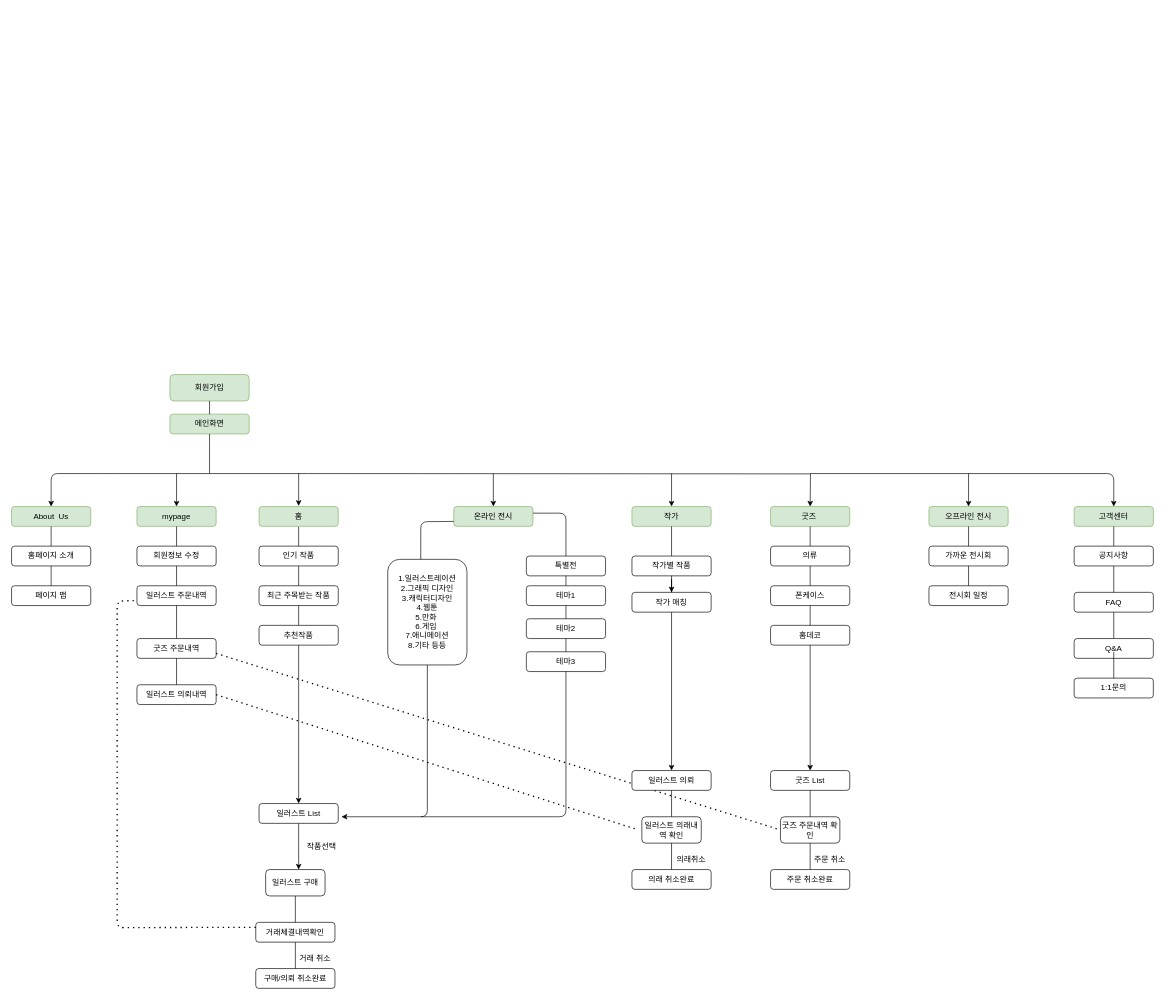
This is 일러스트거래웹flowchart01.drawio from hek316/temp, a draw.io file, before an edit. Source tidied: cells renumbered, new cells numbered last; positions are measured from the earlier drawing's top-left corner, leaving out a move shared by most shapes. Both pictures are drawn from the tidied source at 66%, with x=0, y=0 at pixel (11, 374).
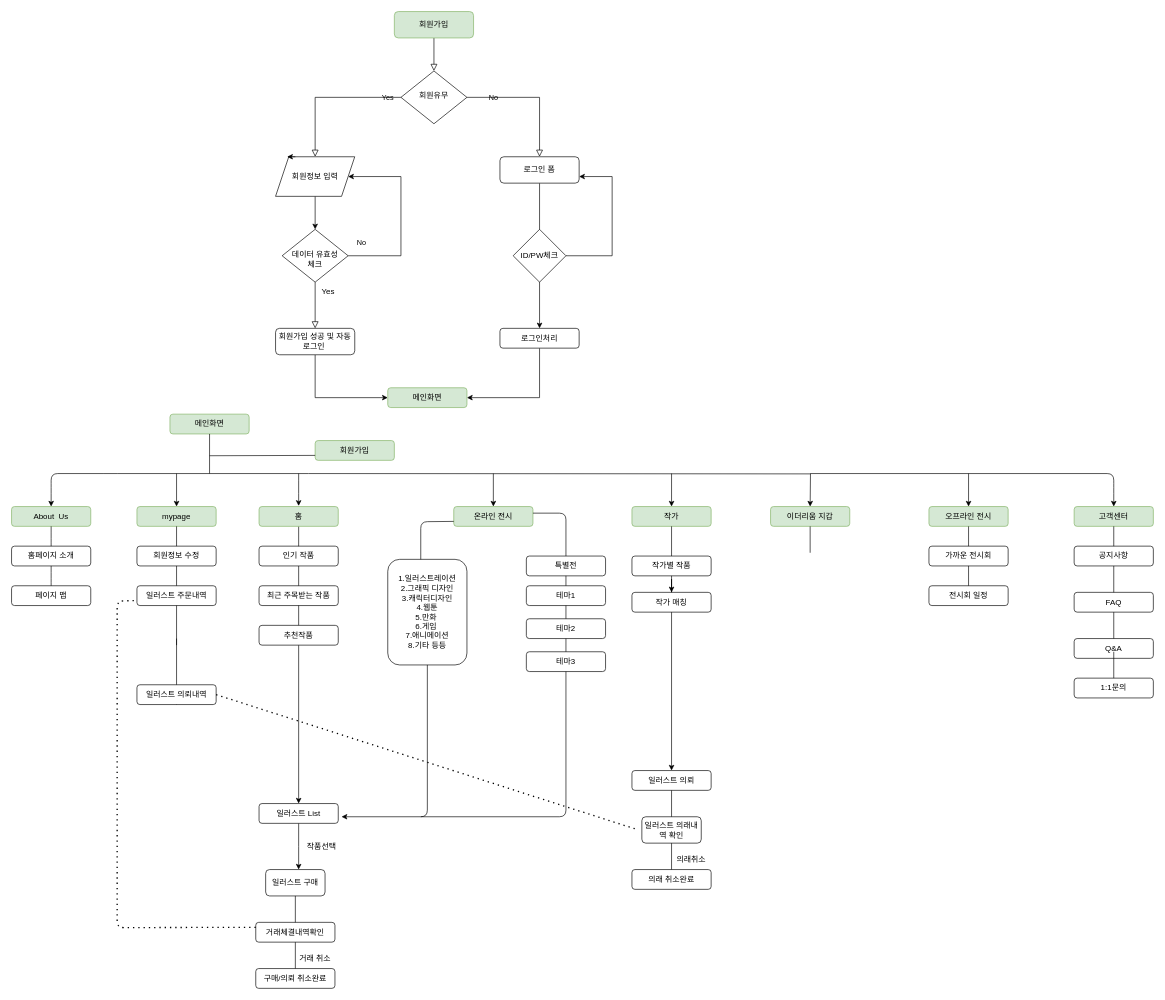
The same page after the edit.

Commit message:
Update 일러스트거래웹flowchart01.drawio

The change refers to these unchanged cells:
```xml
<mxCell id="3" value="메인화면" style="rounded=1;whiteSpace=wrap;html=1;fontSize=12;glass=0;strokeWidth=1;shadow=0;fillColor=#d5e8d4;strokeColor=#82b366;" parent="1" vertex="1">
  <mxGeometry x="240" y="60" width="120" height="30" as="geometry" />
</mxCell>
<mxCell id="83" value="일러스트 의뢰내역" style="rounded=1;whiteSpace=wrap;html=1;fontSize=12;glass=0;strokeWidth=1;shadow=0;" parent="1" vertex="1">
  <mxGeometry x="190" y="470" width="120" height="30" as="geometry" />
</mxCell>
```

Diff of the diagram source:
```diff
@@
     <mxCell id="2" value="회원가입" style="rounded=1;whiteSpace=wrap;html=1;fontSize=12;glass=0;strokeWidth=1;shadow=0;fillColor=#d5e8d4;strokeColor=#82b366;" parent="1" vertex="1">
-      <mxGeometry x="240" width="120" height="40" as="geometry" />
+      <mxGeometry x="460" y="100" width="120" height="30" as="geometry" />
     </mxCell>
@@
-    <mxCell id="7" value="굿즈&amp;nbsp;" style="rounded=1;whiteSpace=wrap;html=1;fontSize=12;glass=0;strokeWidth=1;shadow=0;fillColor=#d5e8d4;strokeColor=#82b366;" parent="1" vertex="1">
-      <mxGeometry x="1150" y="200" width="120" height="30" as="geometry" />
-    </mxCell>
@@
-    <mxCell id="32" value="의류" style="rounded=1;whiteSpace=wrap;html=1;fontSize=12;glass=0;strokeWidth=1;shadow=0;" parent="1" vertex="1">
-      <mxGeometry x="1150" y="260" width="120" height="30" as="geometry" />
-    </mxCell>
-    <mxCell id="33" style="endArrow=none;html=1;exitX=0.5;exitY=1;exitDx=0;exitDy=0;entryX=0.5;entryY=0;entryDx=0;entryDy=0;" parent="1" edge="1" source="7" target="32">
-      <mxGeometry relative="1" as="geometry" />
-    </mxCell>
-    <mxCell id="34" value="폰케이스" style="rounded=1;whiteSpace=wrap;html=1;fontSize=12;glass=0;strokeWidth=1;shadow=0;" parent="1" vertex="1">
-      <mxGeometry x="1150" y="320" width="120" height="30" as="geometry" />
-    </mxCell>
-    <mxCell id="35" style="endArrow=none;html=1;exitX=0.5;exitY=1;exitDx=0;exitDy=0;entryX=0.5;entryY=0;entryDx=0;entryDy=0;" parent="1" edge="1" target="34">
-      <mxGeometry relative="1" as="geometry">
-        <mxPoint x="1210" y="290" as="sourcePoint" />
-      </mxGeometry>
-    </mxCell>
-    <mxCell id="36" value="홈데코" style="rounded=1;whiteSpace=wrap;html=1;fontSize=12;glass=0;strokeWidth=1;shadow=0;" parent="1" vertex="1">
-      <mxGeometry x="1150" y="380" width="120" height="30" as="geometry" />
-    </mxCell>
-    <mxCell id="37" style="endArrow=none;html=1;exitX=0.5;exitY=1;exitDx=0;exitDy=0;entryX=0.5;entryY=0;entryDx=0;entryDy=0;" parent="1" edge="1" target="36">
-      <mxGeometry relative="1" as="geometry">
-        <mxPoint x="1210" y="350" as="sourcePoint" />
-      </mxGeometry>
-    </mxCell>
@@
-    <mxCell id="55" value="굿즈 주문내역" style="rounded=1;whiteSpace=wrap;html=1;fontSize=12;glass=0;strokeWidth=1;shadow=0;" parent="1" vertex="1">
-      <mxGeometry x="190" y="400" width="120" height="30" as="geometry" />
-    </mxCell>
     <mxCell id="56" style="endArrow=none;html=1;entryX=0.5;entryY=1;entryDx=0;entryDy=0;" parent="1" edge="1" target="83">
       <mxGeometry relative="1" as="geometry">
-        <mxPoint x="250" y="430" as="sourcePoint" />
+        <mxPoint x="250" y="400" as="sourcePoint" />
       </mxGeometry>
     </mxCell>
@@
-    <mxCell id="60" value="굿즈 List" style="rounded=1;whiteSpace=wrap;html=1;fontSize=12;glass=0;strokeWidth=1;shadow=0;" parent="1" vertex="1">
-      <mxGeometry x="1150" y="600" width="120" height="30" as="geometry" />
-    </mxCell>
-    <mxCell id="61" style="endArrow=classic;html=1;entryX=0.5;entryY=0;entryDx=0;entryDy=0;" parent="1" edge="1" target="60">
-      <mxGeometry relative="1" as="geometry">
-        <mxPoint x="1210" y="410" as="sourcePoint" />
-      </mxGeometry>
-    </mxCell>
-    <mxCell id="62" value="굿즈 주문내역 확인" style="rounded=1;whiteSpace=wrap;html=1;fontSize=12;glass=0;strokeWidth=1;shadow=0;" parent="1" vertex="1">
-      <mxGeometry x="1165" y="670" width="90" height="40" as="geometry" />
-    </mxCell>
-    <mxCell id="63" value="주문 취소완료" style="rounded=1;whiteSpace=wrap;html=1;fontSize=12;glass=0;strokeWidth=1;shadow=0;" parent="1" vertex="1">
-      <mxGeometry x="1150" y="750" width="120" height="30" as="geometry" />
-    </mxCell>
-    <mxCell id="64" style="endArrow=none;html=1;exitX=0.5;exitY=1;exitDx=0;exitDy=0;entryX=0.5;entryY=0;entryDx=0;entryDy=0;" parent="1" edge="1" target="63">
-      <mxGeometry relative="1" as="geometry">
-        <mxPoint x="1210" y="710" as="sourcePoint" />
-      </mxGeometry>
-    </mxCell>
-    <mxCell id="65" value="주문 취소" style="text;html=1;strokeColor=none;fillColor=none;align=center;verticalAlign=middle;whiteSpace=wrap;rounded=0;" parent="1" vertex="1">
-      <mxGeometry x="1185" y="730" width="110" height="10" as="geometry" />
-    </mxCell>
-    <mxCell id="66" style="endArrow=none;html=1;exitX=0.5;exitY=1;exitDx=0;exitDy=0;" parent="1" edge="1" source="60" target="62">
-      <mxGeometry relative="1" as="geometry" />
-    </mxCell>
-    <mxCell id="67" style="endArrow=none;dashed=1;html=1;dashPattern=1 3;strokeWidth=2;exitX=1;exitY=0.75;exitDx=0;exitDy=0;entryX=0;entryY=0.5;entryDx=0;entryDy=0;" parent="1" edge="1" source="55" target="62">
-      <mxGeometry relative="1" as="geometry" />
-    </mxCell>
@@
-    <mxCell id="81" style="endArrow=none;html=1;entryX=0.5;entryY=1;entryDx=0;entryDy=0;exitX=0.5;exitY=0;exitDx=0;exitDy=0;" parent="1" edge="1" source="3" target="2">
-      <mxGeometry relative="1" as="geometry" />
+    <mxCell id="81" style="endArrow=none;html=1;entryX=0;entryY=0.75;entryDx=0;entryDy=0;" parent="1" edge="1" target="2">
+      <mxGeometry relative="1" as="geometry">
+        <mxPoint x="300" y="123" as="sourcePoint" />
+      </mxGeometry>
     </mxCell>
@@
+    <mxCell id="99" style="rounded=0;html=1;jettySize=auto;fontSize=11;endArrow=block;endFill=0;endSize=8;strokeWidth=1;shadow=0;labelBackgroundColor=none;edgeStyle=orthogonalEdgeStyle;" parent="1" edge="1" source="100" target="103">
+      <mxGeometry relative="1" as="geometry" />
+    </mxCell>
+    <mxCell id="100" value="회원가입" style="rounded=1;whiteSpace=wrap;html=1;fontSize=12;glass=0;strokeWidth=1;shadow=0;fillColor=#d5e8d4;strokeColor=#82b366;" parent="1" vertex="1">
+      <mxGeometry x="580" y="-550" width="120" height="40" as="geometry" />
+    </mxCell>
+    <mxCell id="101" value="Yes" style="rounded=0;html=1;jettySize=auto;fontSize=11;endArrow=block;endFill=0;endSize=8;strokeWidth=1;shadow=0;labelBackgroundColor=none;edgeStyle=orthogonalEdgeStyle;entryX=0.5;entryY=0;entryDx=0;entryDy=0;" parent="1" edge="1" source="103" target="112">
+      <mxGeometry x="-0.82" relative="1" as="geometry" />
+    </mxCell>
+    <mxCell id="102" value="No" style="edgeStyle=orthogonalEdgeStyle;rounded=0;html=1;jettySize=auto;fontSize=11;endArrow=block;endFill=0;endSize=8;strokeWidth=1;shadow=0;labelBackgroundColor=none;" parent="1" edge="1" source="103" target="105">
+      <mxGeometry x="-0.6" relative="1" as="geometry" />
+    </mxCell>
+    <mxCell id="103" value="회원유무" style="rhombus;whiteSpace=wrap;html=1;shadow=0;fontFamily=Helvetica;fontSize=12;align=center;strokeWidth=1;spacing=6;spacingTop=-4;" parent="1" vertex="1">
+      <mxGeometry x="590" y="-460" width="100" height="80" as="geometry" />
+    </mxCell>
+    <mxCell id="104" style="edgeStyle=orthogonalEdgeStyle;rounded=0;jettySize=auto;html=1;exitX=0.5;exitY=1;exitDx=0;exitDy=0;" parent="1" edge="1" source="105">
+      <mxGeometry relative="1" as="geometry">
+        <mxPoint x="800" y="-70" as="targetPoint" />
+      </mxGeometry>
+    </mxCell>
+    <mxCell id="105" value="로그인 폼" style="rounded=1;whiteSpace=wrap;html=1;fontSize=12;glass=0;strokeWidth=1;shadow=0;" parent="1" vertex="1">
+      <mxGeometry x="740" y="-330" width="120" height="40" as="geometry" />
+    </mxCell>
+    <mxCell id="106" value="No" style="rounded=0;html=1;jettySize=auto;fontSize=11;endArrow=block;endFill=0;endSize=8;strokeWidth=1;shadow=0;labelBackgroundColor=none;edgeStyle=orthogonalEdgeStyle;" parent="1" edge="1" source="108" target="110">
+      <mxGeometry x="-1" y="92" relative="1" as="geometry">
+        <mxPoint x="-22" y="-60" as="offset" />
+      </mxGeometry>
+    </mxCell>
+    <mxCell id="107" style="edgeStyle=orthogonalEdgeStyle;rounded=0;jettySize=auto;html=1;entryX=1;entryY=0.5;entryDx=0;entryDy=0;" parent="1" edge="1" source="108" target="112">
+      <mxGeometry relative="1" as="geometry">
+        <Array as="points">
+          <mxPoint x="590" y="-180" />
+          <mxPoint x="590" y="-300" />
+        </Array>
+      </mxGeometry>
+    </mxCell>
+    <mxCell id="108" value="&lt;br&gt;데이터 유효성&lt;br&gt;체크" style="rhombus;whiteSpace=wrap;html=1;shadow=0;fontFamily=Helvetica;fontSize=12;align=center;strokeWidth=1;spacing=6;spacingTop=-4;" parent="1" vertex="1">
+      <mxGeometry x="410" y="-220" width="100" height="80" as="geometry" />
+    </mxCell>
+    <mxCell id="109" style="edgeStyle=orthogonalEdgeStyle;rounded=0;jettySize=auto;html=1;exitX=0.5;exitY=1;exitDx=0;exitDy=0;entryX=0;entryY=0.5;entryDx=0;entryDy=0;" parent="1" edge="1" source="110" target="119">
+      <mxGeometry relative="1" as="geometry" />
+    </mxCell>
+    <mxCell id="110" value="회원가입 성공 및 자동 로그인&amp;nbsp;" style="rounded=1;whiteSpace=wrap;html=1;fontSize=12;glass=0;strokeWidth=1;shadow=0;" parent="1" vertex="1">
+      <mxGeometry x="400" y="-70" width="120" height="40" as="geometry" />
+    </mxCell>
+    <mxCell id="111" style="edgeStyle=orthogonalEdgeStyle;rounded=0;jettySize=auto;html=1;exitX=0.5;exitY=1;exitDx=0;exitDy=0;entryX=0.5;entryY=0;entryDx=0;entryDy=0;" parent="1" edge="1" source="112" target="108">
+      <mxGeometry relative="1" as="geometry" />
+    </mxCell>
+    <mxCell id="112" value="회원정보 입력" style="shape=parallelogram;perimeter=parallelogramPerimeter;whiteSpace=wrap;html=1;fixedSize=1;" parent="1" vertex="1">
+      <mxGeometry x="400" y="-330" width="120" height="60" as="geometry" />
+    </mxCell>
+    <mxCell id="113" style="edgeStyle=orthogonalEdgeStyle;rounded=0;orthogonalLoop=1;jettySize=auto;html=1;exitX=0.25;exitY=0;exitDx=0;exitDy=0;entryX=0.147;entryY=0.007;entryDx=0;entryDy=0;entryPerimeter=0;" parent="1" edge="1" source="112" target="112">
+      <mxGeometry relative="1" as="geometry" />
+    </mxCell>
+    <mxCell id="114" style="edgeStyle=orthogonalEdgeStyle;rounded=0;jettySize=auto;html=1;exitX=1;exitY=0.5;exitDx=0;exitDy=0;entryX=1;entryY=0.75;entryDx=0;entryDy=0;" parent="1" edge="1" source="115" target="105">
+      <mxGeometry relative="1" as="geometry">
+        <Array as="points">
+          <mxPoint x="910" y="-180" />
+          <mxPoint x="910" y="-300" />
+        </Array>
+      </mxGeometry>
+    </mxCell>
+    <mxCell id="115" value="ID/PW체크" style="rhombus;whiteSpace=wrap;html=1;" parent="1" vertex="1">
+      <mxGeometry x="760" y="-220" width="80" height="80" as="geometry" />
+    </mxCell>
+    <mxCell id="116" value="Yes" style="text;html=1;strokeColor=none;fillColor=none;align=center;verticalAlign=middle;whiteSpace=wrap;rounded=0;" parent="1" vertex="1">
+      <mxGeometry x="460" y="-130" width="40" height="10" as="geometry" />
+    </mxCell>
+    <mxCell id="117" style="edgeStyle=orthogonalEdgeStyle;rounded=0;jettySize=auto;html=1;entryX=1;entryY=0.5;entryDx=0;entryDy=0;" parent="1" edge="1" source="118" target="119">
+      <mxGeometry relative="1" as="geometry">
+        <Array as="points">
+          <mxPoint x="800" y="35" />
+        </Array>
+      </mxGeometry>
+    </mxCell>
+    <mxCell id="118" value="로그인처리" style="rounded=1;whiteSpace=wrap;html=1;fontSize=12;glass=0;strokeWidth=1;shadow=0;" parent="1" vertex="1">
+      <mxGeometry x="740" y="-70" width="120" height="30" as="geometry" />
+    </mxCell>
+    <mxCell id="119" value="메인화면" style="rounded=1;whiteSpace=wrap;html=1;fontSize=12;glass=0;strokeWidth=1;shadow=0;fillColor=#d5e8d4;strokeColor=#82b366;" parent="1" vertex="1">
+      <mxGeometry x="570" y="20" width="120" height="30" as="geometry" />
+    </mxCell>
+    <mxCell id="120" value="이더리움 지갑" style="rounded=1;whiteSpace=wrap;html=1;fontSize=12;glass=0;strokeWidth=1;shadow=0;fillColor=#d5e8d4;strokeColor=#82b366;" parent="1" vertex="1">
+      <mxGeometry x="1150" y="200" width="120" height="30" as="geometry" />
+    </mxCell>
+    <mxCell id="121" style="endArrow=none;html=1;entryX=0.5;entryY=1;entryDx=0;entryDy=0;" parent="1" edge="1" target="120">
+      <mxGeometry relative="1" as="geometry">
+        <mxPoint x="1210" y="270" as="sourcePoint" />
+      </mxGeometry>
+    </mxCell>
```
